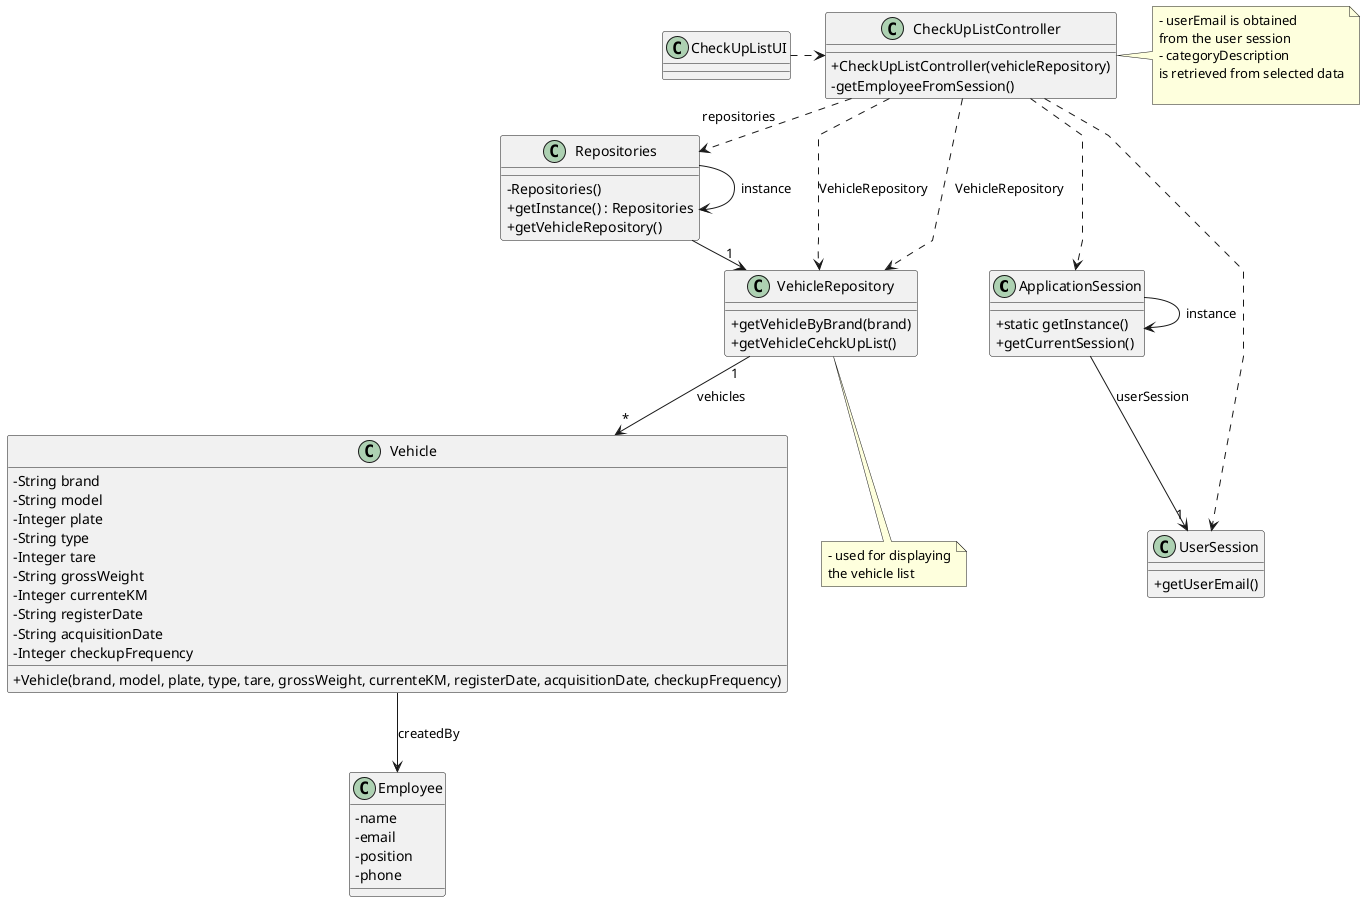
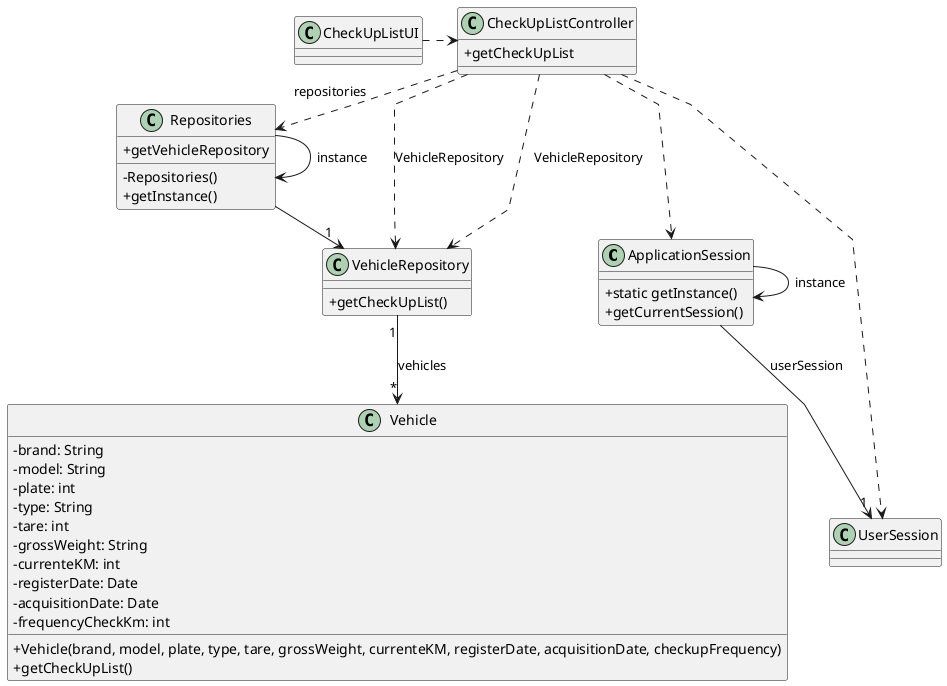
@startuml
'skinparam monochrome true
skinparam packageStyle rectangle
skinparam shadowing false
skinparam linetype polyline
'skinparam linetype orto

skinparam classAttributeIconSize 0

'left to right direction

- class ApplicationSession
- {
+ class ApplicationSession{
    + static getInstance()
    + getCurrentSession()
}

- class UserSession
- {
-     + getUserEmail()
- }
- 
- class Employee {
-     - name
-     - email
-     - position
-     - phone
- }
- 
- class Vehicle {
-     - String brand
-     - String model
-     - Integer plate
-     - String type
-     - Integer tare
-     - String grossWeight
-     - Integer currenteKM
-     - String registerDate
-     - String acquisitionDate
-     - Integer checkupFrequency
- 
-     + Vehicle(brand, model, plate, type, tare, grossWeight, currenteKM, registerDate, acquisitionDate, checkupFrequency)
+ class UserSession{
}


+ class Vehicle {
+     - brand: String
+     - model: String
+     - plate: int
+     - type: String
+     - tare: int
+     - grossWeight: String
+     - currenteKM: int
+     - registerDate: Date
+     - acquisitionDate: Date
+     - frequencyCheckKm: int
+ 
+     + Vehicle(brand, model, plate, type, tare, grossWeight, currenteKM, registerDate, acquisitionDate, checkupFrequency)
+     + getCheckUpList()
+ }

class VehicleRepository {
-     + getVehicleByBrand(brand)
-     + getVehicleCehckUpList()
- 
+     + getCheckUpList()
}


class Repositories {
    - Repositories()
-     + getInstance() : Repositories
-     + getVehicleRepository()
+     + getInstance()
+     + getVehicleRepository
+ 
}

class CheckUpListController {
-     + CheckUpListController(vehicleRepository)
-     - getEmployeeFromSession()
+     + getCheckUpList
}
- 
- note right of CheckUpListController
-     - userEmail is obtained
-     from the user session
-     - categoryDescription
-     is retrieved from selected data
- 
- end note
- 
- note bottom of VehicleRepository
-     - used for displaying
-     the vehicle list
- end note

class CheckUpListUI {
}


Repositories -> "1" VehicleRepository
Repositories -> Repositories : instance

ApplicationSession -> ApplicationSession : instance
ApplicationSession --> "1" UserSession : userSession

CheckUpListUI .> CheckUpListController

CheckUpListController .> Repositories : repositories
CheckUpListController ..> ApplicationSession
CheckUpListController ..> UserSession
CheckUpListController ..> VehicleRepository : VehicleRepository
CheckUpListController ..> VehicleRepository : VehicleRepository

- Vehicle --> Employee : createdBy

VehicleRepository "1" --> "*" Vehicle : vehicles

@enduml